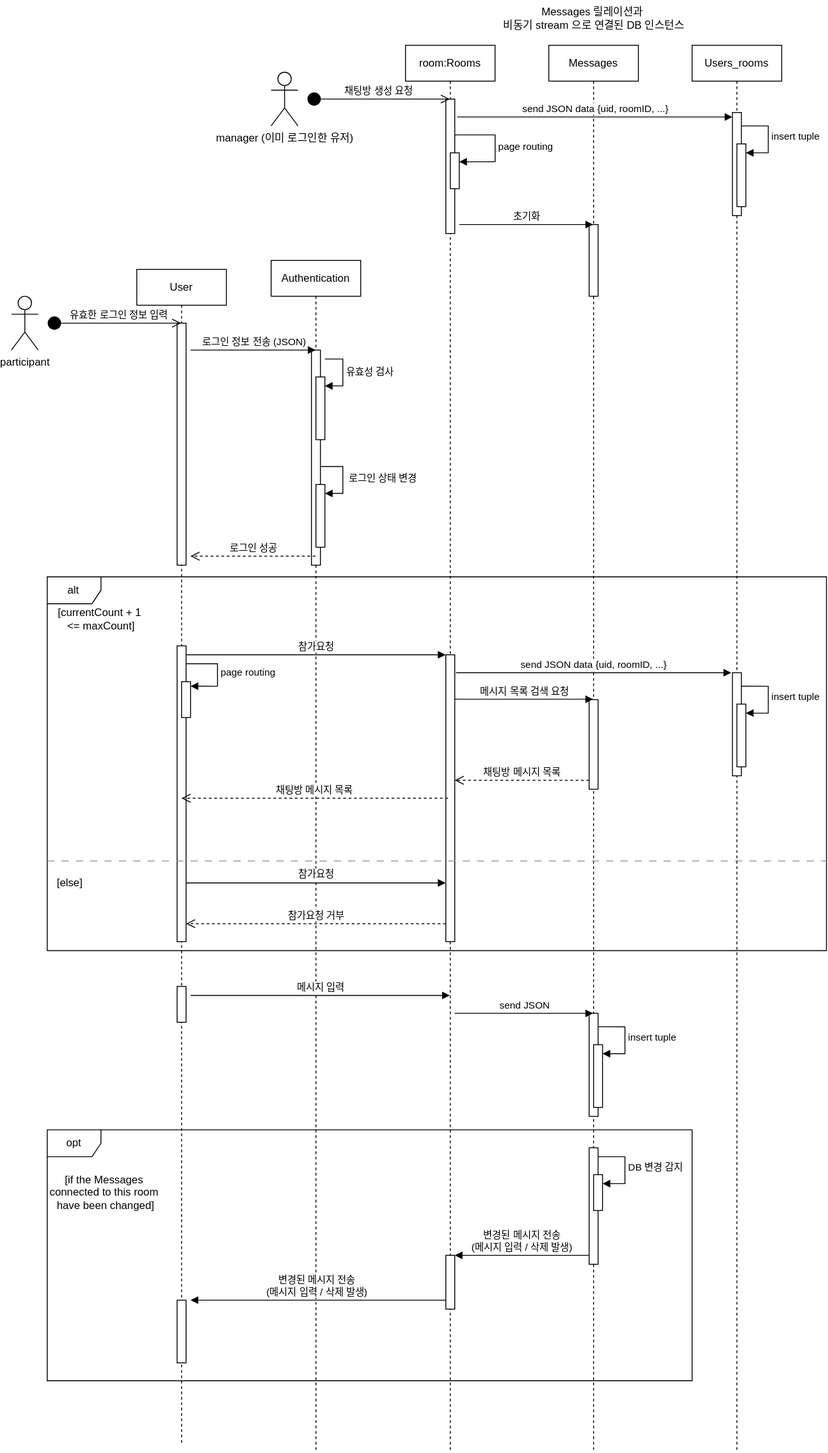
Earlier version of the draw.io export diagrams/msgTransfer_SD.drawio.svg (RGB234/meeting_app). Source tidied: cells renumbered, new cells last; positions are measured from the earlier drawing's top-left corner, leaving out a move shared by most shapes.
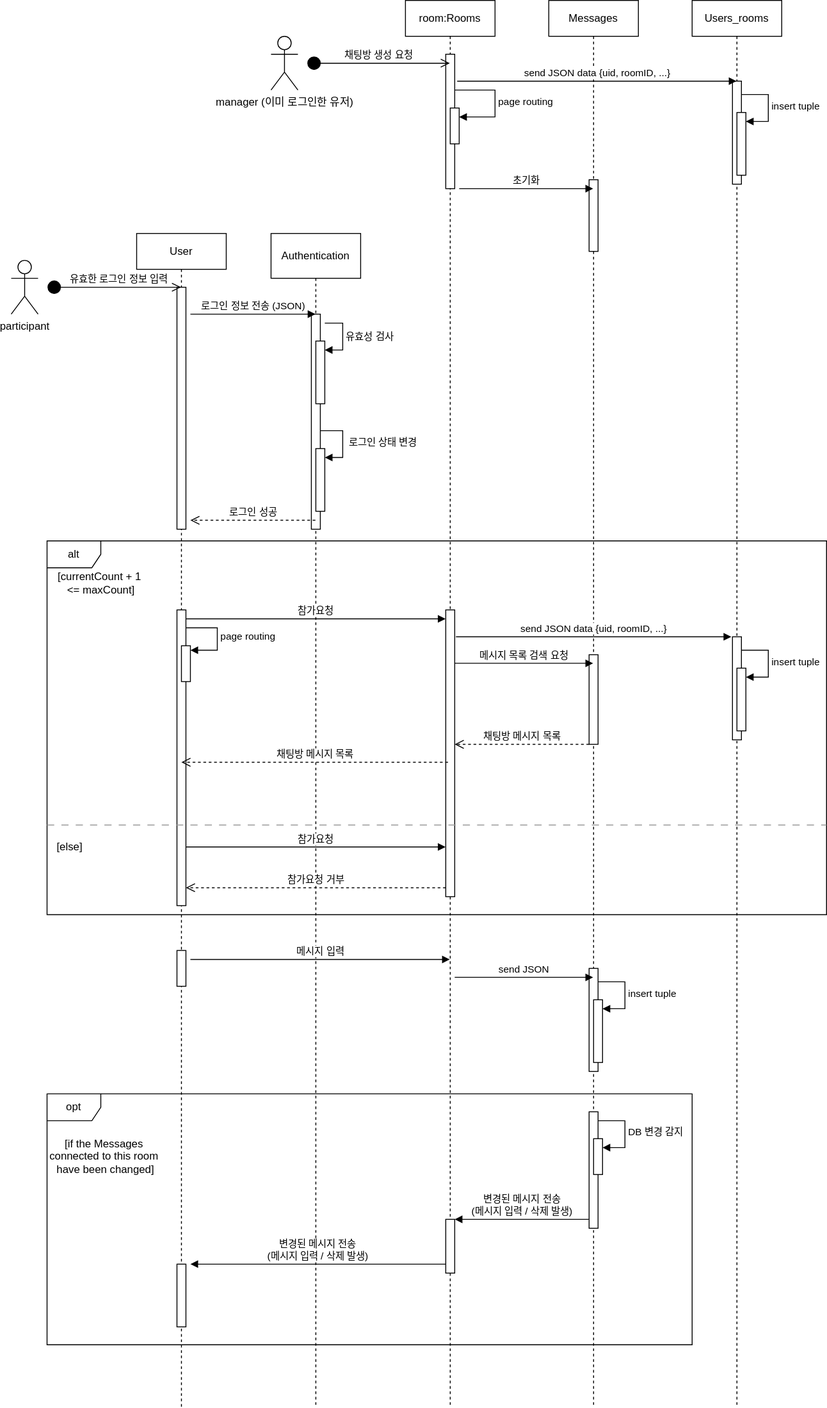
After the change.

Change to the diagram source:
```diff
@@ -19,32 +19,32 @@
         <mxPoint x="40" y="360" as="sourcePoint" />
       </mxGeometry>
     </mxCell>
-    <mxCell id="7" value="Authentication" style="shape=umlLifeline;perimeter=lifelinePerimeter;whiteSpace=wrap;html=1;outlineConnect=0;portConstraint=eastwest;newEdgeStyle={&quot;curved&quot;:0,&quot;rounded&quot;:0};" parent="1" vertex="1">
-      <mxGeometry x="290" y="290" width="100" height="1330" as="geometry" />
+    <mxCell id="7" value="Authentication" style="shape=umlLifeline;perimeter=lifelinePerimeter;whiteSpace=wrap;html=1;outlineConnect=0;portConstraint=eastwest;newEdgeStyle={&quot;curved&quot;:0,&quot;rounded&quot;:0};size=50;" parent="1" vertex="1">
+      <mxGeometry x="290" y="300" width="100" height="1310" as="geometry" />
     </mxCell>
     <mxCell id="8" style="html=1;points=[[0,0,0,0,5],[0,1,0,0,-5],[1,0,0,0,5],[1,1,0,0,-5]];perimeter=orthogonalPerimeter;outlineConnect=0;targetShapes=umlLifeline;portConstraint=eastwest;newEdgeStyle={&quot;curved&quot;:0,&quot;rounded&quot;:0};" parent="7" vertex="1">
-      <mxGeometry x="45" y="100" width="10" height="240" as="geometry" />
+      <mxGeometry x="45" y="90" width="10" height="240" as="geometry" />
     </mxCell>
     <mxCell id="9" style="html=1;points=[[0,0,0,0,5],[0,1,0,0,-5],[1,0,0,0,5],[1,1,0,0,-5]];perimeter=orthogonalPerimeter;outlineConnect=0;targetShapes=umlLifeline;portConstraint=eastwest;newEdgeStyle={&quot;curved&quot;:0,&quot;rounded&quot;:0};" parent="7" vertex="1">
-      <mxGeometry x="50" y="130" width="10" height="70" as="geometry" />
+      <mxGeometry x="50" y="120" width="10" height="70" as="geometry" />
     </mxCell>
     <mxCell id="10" value="유효성 검사" style="html=1;align=left;spacingLeft=2;endArrow=block;rounded=0;edgeStyle=orthogonalEdgeStyle;curved=0;rounded=0;" parent="7" edge="1" target="9">
       <mxGeometry relative="1" as="geometry">
-        <mxPoint x="60" y="110" as="sourcePoint" />
+        <mxPoint x="60" y="100" as="sourcePoint" />
         <Array as="points">
-          <mxPoint x="80" y="110" />
-          <mxPoint x="80" y="140" />
+          <mxPoint x="80" y="100" />
+          <mxPoint x="80" y="130" />
         </Array>
       </mxGeometry>
     </mxCell>
     <mxCell id="11" style="html=1;points=[[0,0,0,0,5],[0,1,0,0,-5],[1,0,0,0,5],[1,1,0,0,-5]];perimeter=orthogonalPerimeter;outlineConnect=0;targetShapes=umlLifeline;portConstraint=eastwest;newEdgeStyle={&quot;curved&quot;:0,&quot;rounded&quot;:0};" parent="7" vertex="1">
-      <mxGeometry x="50" y="250" width="10" height="70" as="geometry" />
+      <mxGeometry x="50" y="240" width="10" height="70" as="geometry" />
     </mxCell>
     <mxCell id="12" value="&amp;nbsp;로그인 상태 변경" style="html=1;align=left;spacingLeft=2;endArrow=block;rounded=0;edgeStyle=orthogonalEdgeStyle;curved=0;rounded=0;" parent="7" edge="1" source="8" target="11">
       <mxGeometry relative="1" as="geometry">
         <Array as="points">
-          <mxPoint x="80" y="230" />
-          <mxPoint x="80" y="260" />
+          <mxPoint x="80" y="220" />
+          <mxPoint x="80" y="250" />
         </Array>
       </mxGeometry>
     </mxCell>
@@ -59,7 +59,7 @@
       </mxGeometry>
     </mxCell>
     <mxCell id="15" value="room:Rooms" style="shape=umlLifeline;perimeter=lifelinePerimeter;whiteSpace=wrap;html=1;outlineConnect=0;portConstraint=eastwest;newEdgeStyle={&quot;curved&quot;:0,&quot;rounded&quot;:0};" parent="1" vertex="1">
-      <mxGeometry x="440" y="50" width="100" height="1570" as="geometry" />
+      <mxGeometry x="440" y="40" width="100" height="1570" as="geometry" />
     </mxCell>
     <mxCell id="16" style="html=1;points=[[0,0,0,0,5],[0,1,0,0,-5],[1,0,0,0,5],[1,1,0,0,-5]];perimeter=orthogonalPerimeter;outlineConnect=0;targetShapes=umlLifeline;portConstraint=eastwest;newEdgeStyle={&quot;curved&quot;:0,&quot;rounded&quot;:0};" parent="15" vertex="1">
       <mxGeometry x="45" y="680" width="10" height="320" as="geometry" />
@@ -92,7 +92,7 @@
       </mxGeometry>
     </mxCell>
     <mxCell id="22" value="Messages" style="shape=umlLifeline;perimeter=lifelinePerimeter;whiteSpace=wrap;html=1;outlineConnect=0;portConstraint=eastwest;newEdgeStyle={&quot;curved&quot;:0,&quot;rounded&quot;:0};" parent="1" vertex="1">
-      <mxGeometry x="600" y="50" width="100" height="1570" as="geometry" />
+      <mxGeometry x="600" y="40" width="100" height="1570" as="geometry" />
     </mxCell>
     <mxCell id="23" style="html=1;perimeter=orthogonalPerimeter;targetShapes=umlLifeline;newEdgeStyle={&quot;curved&quot;:0,&quot;rounded&quot;:0};" parent="22" vertex="1">
       <mxGeometry x="45" y="1080" width="10" height="115" as="geometry" />
@@ -164,37 +164,37 @@
       </mxGeometry>
     </mxCell>
     <mxCell id="38" value="Users_rooms" style="shape=umlLifeline;perimeter=lifelinePerimeter;whiteSpace=wrap;html=1;outlineConnect=0;portConstraint=eastwest;newEdgeStyle={&quot;curved&quot;:0,&quot;rounded&quot;:0};" parent="1" vertex="1">
-      <mxGeometry x="760" y="50" width="100" height="1570" as="geometry" />
+      <mxGeometry x="760" y="40" width="100" height="1570" as="geometry" />
     </mxCell>
     <mxCell id="39" style="html=1;points=[[0,0,0,0,5],[0,1,0,0,-5],[1,0,0,0,5],[1,1,0,0,-5]];perimeter=orthogonalPerimeter;outlineConnect=0;targetShapes=umlLifeline;portConstraint=eastwest;newEdgeStyle={&quot;curved&quot;:0,&quot;rounded&quot;:0};" parent="38" vertex="1">
-      <mxGeometry x="45" y="75" width="10" height="115" as="geometry" />
+      <mxGeometry x="45" y="90" width="10" height="115" as="geometry" />
     </mxCell>
     <mxCell id="40" style="html=1;points=[[0,0,0,0,5],[0,1,0,0,-5],[1,0,0,0,5],[1,1,0,0,-5]];perimeter=orthogonalPerimeter;outlineConnect=0;targetShapes=umlLifeline;portConstraint=eastwest;newEdgeStyle={&quot;curved&quot;:0,&quot;rounded&quot;:0};" parent="38" vertex="1">
-      <mxGeometry x="50" y="110" width="10" height="70" as="geometry" />
+      <mxGeometry x="50" y="125" width="10" height="70" as="geometry" />
     </mxCell>
     <mxCell id="41" value="insert tuple" style="html=1;align=left;spacingLeft=2;endArrow=block;rounded=0;edgeStyle=orthogonalEdgeStyle;curved=0;rounded=0;" parent="38" edge="1" target="40">
       <mxGeometry relative="1" as="geometry">
-        <mxPoint x="55" y="90" as="sourcePoint" />
+        <mxPoint x="55" y="105" as="sourcePoint" />
         <Array as="points">
-          <mxPoint x="85" y="120" />
+          <mxPoint x="85" y="135" />
         </Array>
       </mxGeometry>
     </mxCell>
     <mxCell id="42" style="html=1;perimeter=orthogonalPerimeter;targetShapes=umlLifeline;newEdgeStyle={&quot;curved&quot;:0,&quot;rounded&quot;:0};" parent="38" vertex="1">
-      <mxGeometry x="45" y="700" width="10" height="115" as="geometry" />
+      <mxGeometry x="45" y="710" width="10" height="115" as="geometry" />
     </mxCell>
     <mxCell id="43" style="html=1;points=[[0,0,0,0,5],[0,1,0,0,-5],[1,0,0,0,5],[1,1,0,0,-5]];perimeter=orthogonalPerimeter;outlineConnect=0;targetShapes=umlLifeline;portConstraint=eastwest;newEdgeStyle={&quot;curved&quot;:0,&quot;rounded&quot;:0};" parent="38" vertex="1">
-      <mxGeometry x="50" y="735" width="10" height="70" as="geometry" />
+      <mxGeometry x="50" y="745" width="10" height="70" as="geometry" />
     </mxCell>
     <mxCell id="44" value="insert tuple" style="html=1;align=left;spacingLeft=2;endArrow=block;rounded=0;edgeStyle=orthogonalEdgeStyle;curved=0;rounded=0;" parent="38" edge="1" target="43">
       <mxGeometry relative="1" as="geometry">
-        <mxPoint x="55" y="715" as="sourcePoint" />
+        <mxPoint x="55" y="725" as="sourcePoint" />
         <Array as="points">
-          <mxPoint x="85" y="745" />
+          <mxPoint x="85" y="755" />
         </Array>
       </mxGeometry>
     </mxCell>
-    <mxCell id="45" value="send JSON data {uid, roomID, ...}" style="html=1;verticalAlign=bottom;endArrow=block;curved=0;rounded=0;entryX=0;entryY=0;entryDx=0;entryDy=5;entryPerimeter=0;" parent="1" edge="1" target="39">
+    <mxCell id="45" value="send JSON data {uid, roomID, ...}" style="html=1;verticalAlign=bottom;endArrow=block;curved=0;rounded=0;" parent="1" edge="1" target="38">
       <mxGeometry relative="1" as="geometry">
         <mxPoint x="497.8" y="130" as="sourcePoint" />
       </mxGeometry>
@@ -254,9 +254,6 @@
         </Array>
       </mxGeometry>
     </mxCell>
-    <mxCell id="58" value="Messages 릴레이션과&amp;nbsp;&lt;div&gt;비동기 stream 으로 연결된&amp;nbsp;&lt;span style=&quot;background-color: initial;&quot;&gt;DB 인스턴스&lt;/span&gt;&lt;/div&gt;" style="text;html=1;align=center;verticalAlign=middle;strokeColor=none;fillColor=none;" parent="1" vertex="1">
-      <mxGeometry x="530" width="240" height="40" as="geometry" />
-    </mxCell>
     <mxCell id="59" value="초기화" style="html=1;verticalAlign=bottom;endArrow=block;curved=0;rounded=0;" parent="1" edge="1" target="22">
       <mxGeometry relative="1" as="geometry">
         <mxPoint x="500" y="250" as="sourcePoint" />
```
